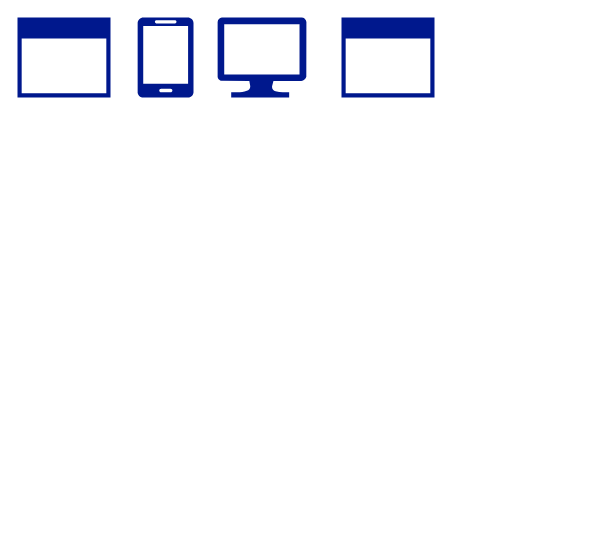
The draw.io diagram 智慧鱼山.drawio in LuYutao/diagrams.net, before the edit. Source tidied: cells renumbered, new cells numbered last; positions are measured from the earlier drawing's top-left corner, leaving out a move shared by most shapes. Both pictures are drawn from the tidied source at 100%, with x=0, y=0 at pixel (17, 17).
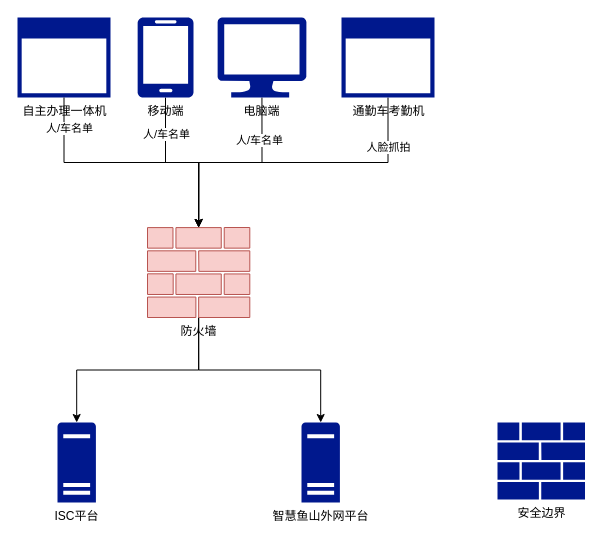
The same page after the edit.

Commit message (it also covers changes not shown here):
更新智慧鱼山.drawio

The edit, as a diff of the source:
```diff
@@
+    <mxCell id="6" style="edgeStyle=orthogonalEdgeStyle;rounded=0;jettySize=auto;html=1;exitX=0.5;exitY=1;exitDx=0;exitDy=0;exitPerimeter=0;entryX=0.5;entryY=0;entryDx=0;entryDy=0;entryPerimeter=0;" parent="1" edge="1" source="2" target="16">
+      <mxGeometry relative="1" as="geometry" />
+    </mxCell>
+    <mxCell id="7" value="人/车名单" style="edgeLabel;html=1;align=center;verticalAlign=middle;" parent="6" vertex="1">
+      <mxGeometry x="-0.5" y="2" relative="1" as="geometry">
+        <mxPoint x="-2" y="-5" as="offset" />
+      </mxGeometry>
+    </mxCell>
-    <mxCell id="2" style="shadow=0;dashed=0;html=1;strokeColor=none;labelPosition=center;verticalLabelPosition=bottom;verticalAlign=top;align=center;fillColor=#00188D;shape=mxgraph.azure.mobile;" parent="1" vertex="1">
+    <mxCell id="2" value="移动端" style="shadow=0;dashed=0;html=1;strokeColor=none;labelPosition=center;verticalLabelPosition=bottom;verticalAlign=top;align=center;fillColor=#00188D;shape=mxgraph.azure.mobile;" parent="1" vertex="1">
       <mxGeometry x="120" width="56" height="80" as="geometry" />
     </mxCell>
-    <mxCell id="3" style="shadow=0;dashed=0;html=1;strokeColor=none;labelPosition=center;verticalLabelPosition=bottom;verticalAlign=top;align=center;fillColor=#00188D;shape=mxgraph.mscae.enterprise.application_blank;" parent="1" vertex="1">
+    <mxCell id="3" value="自主办理一体机" style="shadow=0;dashed=0;html=1;strokeColor=none;labelPosition=center;verticalLabelPosition=bottom;verticalAlign=top;align=center;fillColor=#00188D;shape=mxgraph.mscae.enterprise.application_blank;" parent="1" vertex="1">
       <mxGeometry width="93" height="80" as="geometry" />
     </mxCell>
+    <mxCell id="8" style="edgeStyle=orthogonalEdgeStyle;rounded=0;jettySize=auto;html=1;exitX=0.5;exitY=1;exitDx=0;exitDy=0;exitPerimeter=0;entryX=0.5;entryY=0;entryDx=0;entryDy=0;entryPerimeter=0;" parent="1" edge="1" source="4" target="16">
+      <mxGeometry relative="1" as="geometry" />
+    </mxCell>
+    <mxCell id="9" value="人/车名单" style="edgeLabel;html=1;align=center;verticalAlign=middle;" parent="8" vertex="1">
+      <mxGeometry x="-0.31" y="1" relative="1" as="geometry">
+        <mxPoint x="-1" y="-24" as="offset" />
+      </mxGeometry>
+    </mxCell>
-    <mxCell id="4" style="shadow=0;dashed=0;html=1;strokeColor=none;labelPosition=center;verticalLabelPosition=bottom;verticalAlign=top;align=center;fillColor=#00188D;shape=mxgraph.azure.computer;" parent="1" vertex="1">
+    <mxCell id="4" value="电脑端" style="shadow=0;dashed=0;html=1;strokeColor=none;labelPosition=center;verticalLabelPosition=bottom;verticalAlign=top;align=center;fillColor=#00188D;shape=mxgraph.azure.computer;" parent="1" vertex="1">
       <mxGeometry x="200" width="88.9" height="80" as="geometry" />
     </mxCell>
+    <mxCell id="10" style="edgeStyle=orthogonalEdgeStyle;rounded=0;jettySize=auto;html=1;exitX=0.5;exitY=1;exitDx=0;exitDy=0;exitPerimeter=0;entryX=0.5;entryY=0;entryDx=0;entryDy=0;entryPerimeter=0;" parent="1" edge="1" source="5" target="16">
+      <mxGeometry relative="1" as="geometry" />
+    </mxCell>
+    <mxCell id="11" value="人脸抓拍" style="edgeLabel;html=1;align=center;verticalAlign=middle;" parent="10" vertex="1">
+      <mxGeometry x="-0.69" relative="1" as="geometry" />
+    </mxCell>
-    <mxCell id="5" style="shadow=0;dashed=0;html=1;strokeColor=none;labelPosition=center;verticalLabelPosition=bottom;verticalAlign=top;align=center;fillColor=#00188D;shape=mxgraph.mscae.enterprise.application_blank;" parent="1" vertex="1">
+    <mxCell id="5" value="通勤车考勤机" style="shadow=0;dashed=0;html=1;strokeColor=none;labelPosition=center;verticalLabelPosition=bottom;verticalAlign=top;align=center;fillColor=#00188D;shape=mxgraph.mscae.enterprise.application_blank;" parent="1" vertex="1">
       <mxGeometry x="324" width="93" height="80" as="geometry" />
     </mxCell>
+    <mxCell id="12" value="ISC平台" style="shadow=0;dashed=0;html=1;strokeColor=none;labelPosition=center;verticalLabelPosition=bottom;verticalAlign=top;align=center;fillColor=#00188D;shape=mxgraph.mscae.enterprise.server_generic;" parent="1" vertex="1">
+      <mxGeometry x="40" y="405" width="38.4" height="80" as="geometry" />
+    </mxCell>
+    <mxCell id="13" value="智慧鱼山外网平台" style="shadow=0;dashed=0;html=1;strokeColor=none;labelPosition=center;verticalLabelPosition=bottom;verticalAlign=top;align=center;fillColor=#00188D;shape=mxgraph.mscae.enterprise.server_generic;" parent="1" vertex="1">
+      <mxGeometry x="284" y="405" width="38.4" height="80" as="geometry" />
+    </mxCell>
+    <mxCell id="14" style="edgeStyle=orthogonalEdgeStyle;rounded=0;jettySize=auto;html=1;exitX=0.5;exitY=1;exitDx=0;exitDy=0;exitPerimeter=0;entryX=0.5;entryY=0;entryDx=0;entryDy=0;entryPerimeter=0;" parent="1" edge="1" source="16" target="12">
+      <mxGeometry relative="1" as="geometry" />
+    </mxCell>
+    <mxCell id="15" style="edgeStyle=orthogonalEdgeStyle;rounded=0;jettySize=auto;html=1;exitX=0.5;exitY=1;exitDx=0;exitDy=0;exitPerimeter=0;entryX=0.5;entryY=0;entryDx=0;entryDy=0;entryPerimeter=0;" parent="1" edge="1" source="16" target="13">
+      <mxGeometry relative="1" as="geometry" />
+    </mxCell>
+    <mxCell id="16" value="防火墙" style="shadow=0;dashed=0;html=1;strokeColor=#b85450;labelPosition=center;verticalLabelPosition=bottom;verticalAlign=top;align=center;fillColor=#f8cecc;shape=mxgraph.mscae.enterprise.firewall;" parent="1" vertex="1">
+      <mxGeometry x="130" y="210" width="102.3" height="90" as="geometry" />
+    </mxCell>
+    <mxCell id="17" style="edgeStyle=orthogonalEdgeStyle;rounded=0;jettySize=auto;html=1;exitX=0.5;exitY=1;exitDx=0;exitDy=0;exitPerimeter=0;" parent="1" edge="1" source="3" target="16">
+      <mxGeometry relative="1" as="geometry" />
+    </mxCell>
+    <mxCell id="18" value="人/车名单" style="edgeLabel;html=1;align=center;verticalAlign=middle;" parent="17" vertex="1">
+      <mxGeometry x="-0.47" y="22" relative="1" as="geometry">
+        <mxPoint y="-13" as="offset" />
+      </mxGeometry>
+    </mxCell>
+    <mxCell id="19" value="安全边界" style="shadow=0;dashed=0;html=1;strokeColor=none;labelPosition=center;verticalLabelPosition=bottom;verticalAlign=top;align=center;fillColor=#00188D;shape=mxgraph.mscae.enterprise.firewall;" parent="1" vertex="1">
+      <mxGeometry x="480" y="405" width="87.5" height="77" as="geometry" />
+    </mxCell>
```
